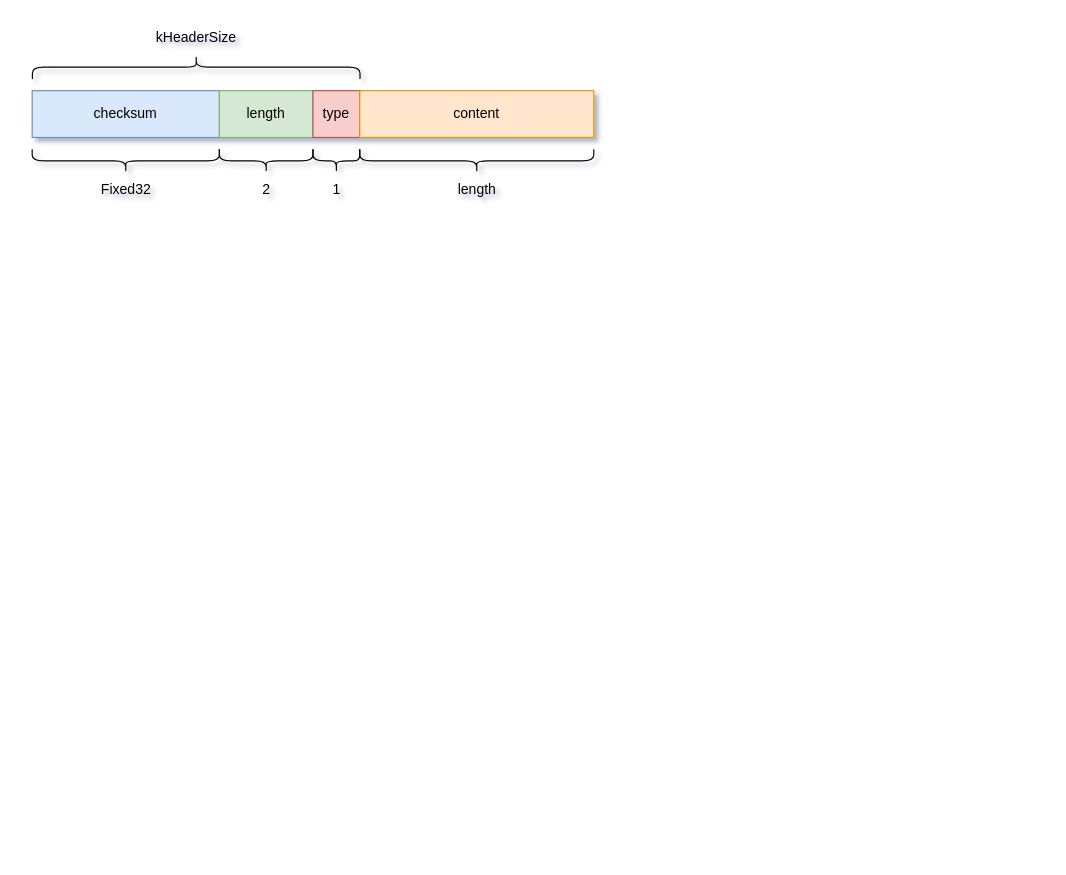
Earlier version of the draw.io diagram page "日志" (2 of 6) of leveldb.drawio (liutimo/images_bed). Source tidied: cells renumbered, new cells numbered last; positions are measured from the earlier drawing's top-left corner, leaving out a move shared by most shapes. Both pictures are drawn from the tidied source at 117%, with x=0, y=0 at pixel (32, -97).
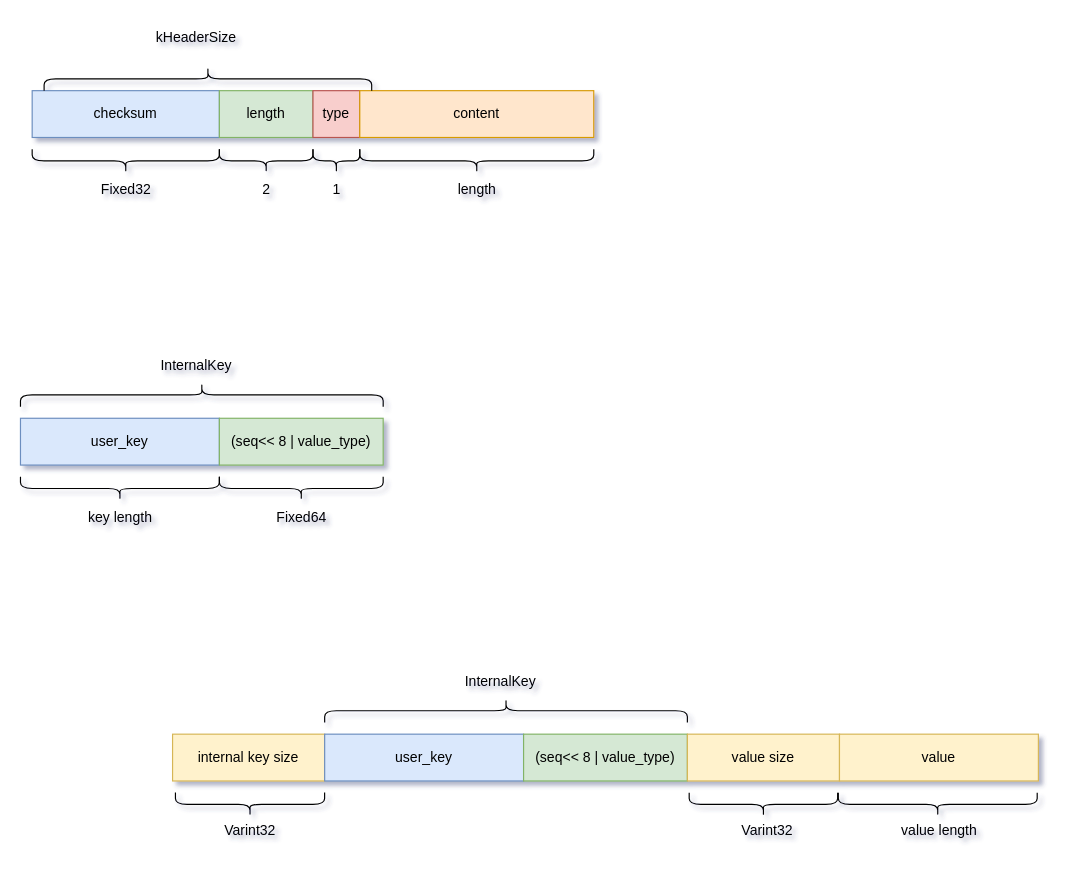
The same page after the edit.

The edit, as a diff of the source:
```diff
@@
     <mxCell id="9" style="shape=curlyBracket;whiteSpace=wrap;html=1;rounded=1;labelPosition=left;verticalLabelPosition=middle;align=right;verticalAlign=middle;rotation=90;" parent="1" vertex="1">
-      <mxGeometry x="130.1" y="-0.1" width="20.2" height="280" as="geometry" />
+      <mxGeometry x="134.9" y="265" width="20.2" height="310" as="geometry" />
     </mxCell>
@@
+    <mxCell id="16" value="user_key" style="rounded=0;whiteSpace=wrap;html=1;fillColor=#dae8fc;strokeColor=#6c8ebf;" parent="1" vertex="1">
+      <mxGeometry x="-10" y="440" width="170" height="40" as="geometry" />
+    </mxCell>
+    <mxCell id="17" value="(seq&amp;lt;&amp;lt; 8 | value_type)" style="rounded=0;whiteSpace=wrap;html=1;fillColor=#d5e8d4;strokeColor=#82b366;" parent="1" vertex="1">
+      <mxGeometry x="160" y="440" width="140" height="40" as="geometry" />
+    </mxCell>
+    <mxCell id="18" style="shape=curlyBracket;whiteSpace=wrap;html=1;rounded=1;labelPosition=left;verticalLabelPosition=middle;align=right;verticalAlign=middle;rotation=-90;" parent="1" vertex="1">
+      <mxGeometry x="65" y="415" width="20" height="170" as="geometry" />
+    </mxCell>
+    <mxCell id="19" value="key length" style="text;html=1;align=center;verticalAlign=middle;strokeColor=none;fillColor=none;" parent="1" vertex="1">
+      <mxGeometry x="35" y="510" width="80" height="30" as="geometry" />
+    </mxCell>
+    <mxCell id="20" style="shape=curlyBracket;whiteSpace=wrap;html=1;rounded=1;labelPosition=left;verticalLabelPosition=middle;align=right;verticalAlign=middle;rotation=-90;" parent="1" vertex="1">
+      <mxGeometry x="220" y="430" width="20" height="140" as="geometry" />
+    </mxCell>
+    <mxCell id="21" value="Fixed64" style="text;html=1;align=center;verticalAlign=middle;strokeColor=none;fillColor=none;" parent="1" vertex="1">
+      <mxGeometry x="195" y="510" width="70" height="30" as="geometry" />
+    </mxCell>
+    <mxCell id="22" style="shape=curlyBracket;whiteSpace=wrap;html=1;rounded=1;labelPosition=left;verticalLabelPosition=middle;align=right;verticalAlign=middle;rotation=90;" parent="1" vertex="1">
+      <mxGeometry x="140.1" y="9.9" width="20.2" height="280" as="geometry" />
+    </mxCell>
+    <mxCell id="23" value="InternalKey" style="text;html=1;align=center;verticalAlign=middle;strokeColor=none;fillColor=none;" parent="1" vertex="1">
+      <mxGeometry x="100.3" y="380" width="80" height="30" as="geometry" />
+    </mxCell>
+    <mxCell id="24" value="internal key size" style="rounded=0;whiteSpace=wrap;html=1;fillColor=#fff2cc;strokeColor=#d6b656;" parent="1" vertex="1">
+      <mxGeometry x="120" y="710" width="130" height="40" as="geometry" />
+    </mxCell>
+    <mxCell id="25" style="shape=curlyBracket;whiteSpace=wrap;html=1;rounded=1;labelPosition=left;verticalLabelPosition=middle;align=right;verticalAlign=middle;rotation=-90;" parent="1" vertex="1">
+      <mxGeometry x="176.2" y="706.2" width="20" height="127.5" as="geometry" />
+    </mxCell>
+    <mxCell id="26" value="Varint32" style="text;html=1;align=center;verticalAlign=middle;strokeColor=none;fillColor=none;" parent="1" vertex="1">
+      <mxGeometry x="151.2" y="778" width="70" height="30" as="geometry" />
+    </mxCell>
+    <mxCell id="27" style="shape=curlyBracket;whiteSpace=wrap;html=1;rounded=1;labelPosition=left;verticalLabelPosition=middle;align=right;verticalAlign=middle;rotation=90;" parent="1" vertex="1">
+      <mxGeometry x="394.9" y="535" width="20.2" height="310" as="geometry" />
+    </mxCell>
+    <mxCell id="28" value="user_key" style="rounded=0;whiteSpace=wrap;html=1;fillColor=#dae8fc;strokeColor=#6c8ebf;" parent="1" vertex="1">
+      <mxGeometry x="250" y="710" width="170" height="40" as="geometry" />
+    </mxCell>
+    <mxCell id="29" value="(seq&amp;lt;&amp;lt; 8 | value_type)" style="rounded=0;whiteSpace=wrap;html=1;fillColor=#d5e8d4;strokeColor=#82b366;" parent="1" vertex="1">
+      <mxGeometry x="420" y="710" width="140" height="40" as="geometry" />
+    </mxCell>
+    <mxCell id="30" value="InternalKey" style="text;html=1;align=center;verticalAlign=middle;strokeColor=none;fillColor=none;" parent="1" vertex="1">
+      <mxGeometry x="360.3" y="650" width="80" height="30" as="geometry" />
+    </mxCell>
+    <mxCell id="31" value="value size" style="rounded=0;whiteSpace=wrap;html=1;fillColor=#fff2cc;strokeColor=#d6b656;" parent="1" vertex="1">
+      <mxGeometry x="560" y="710" width="130" height="40" as="geometry" />
+    </mxCell>
+    <mxCell id="32" style="shape=curlyBracket;whiteSpace=wrap;html=1;rounded=1;labelPosition=left;verticalLabelPosition=middle;align=right;verticalAlign=middle;rotation=-90;" parent="1" vertex="1">
+      <mxGeometry x="615" y="706.6" width="20" height="126.9" as="geometry" />
+    </mxCell>
+    <mxCell id="33" value="Varint32" style="text;html=1;align=center;verticalAlign=middle;strokeColor=none;fillColor=none;" parent="1" vertex="1">
+      <mxGeometry x="592.5" y="778" width="70" height="30" as="geometry" />
+    </mxCell>
+    <mxCell id="34" value="value" style="rounded=0;whiteSpace=wrap;html=1;fillColor=#fff2cc;strokeColor=#d6b656;" parent="1" vertex="1">
+      <mxGeometry x="690" y="710" width="170" height="40" as="geometry" />
+    </mxCell>
+    <mxCell id="35" style="shape=curlyBracket;whiteSpace=wrap;html=1;rounded=1;labelPosition=left;verticalLabelPosition=middle;align=right;verticalAlign=middle;rotation=-90;" parent="1" vertex="1">
+      <mxGeometry x="764" y="685" width="20" height="170" as="geometry" />
+    </mxCell>
+    <mxCell id="36" value="value length" style="text;html=1;align=center;verticalAlign=middle;strokeColor=none;fillColor=none;" parent="1" vertex="1">
+      <mxGeometry x="730" y="778" width="90" height="30" as="geometry" />
+    </mxCell>
```
